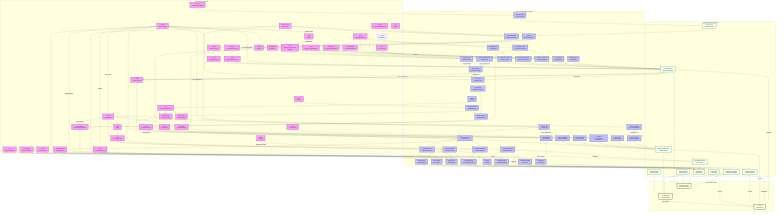
The Mermaid diagram docs/figures/scoliosis_mechanism_map.png in sayuj1989-ops/life, before a commit. Its source is kept beside it as docs/figures/scoliosis_mechanism_map.mmd.
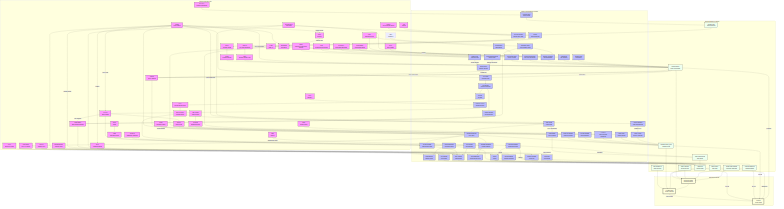
Later version of the same file.

Commit message:
weekly-map: add SLC39A8-Manganese Glycosylation Defect arc

What changed in the source:
```diff
@@ -37,6 +37,7 @@
         PPARGC1A[PPARGC1A<br/>Mitochondrial Biogenesis]
         KCNQ[KCNQ<br/>Potassium Channel]
         GPX4[GPX4<br/>Antioxidant Defense]
+        SLC39A8[SLC39A8<br/>Manganese Transporter]
         CAV1[CAV1<br/>Caveolin-1]
     end
 
@@ -79,6 +80,7 @@
         Actin_Dynamics[Actin Cytoskeleton<br/>Strain Rearrangement]
         VEGF_A[VEGF-A/PGE2<br/>Secretory Response]
         Ferroptosis[Ferroptosis<br/>Iron Overload]
+        Glycosylation[Glycosylation<br/>ECM Maturation]
         Membrane_Tension[Membrane Tension<br/>Buffering Reserve]
     end
 
@@ -276,10 +278,13 @@
     Muscle_Tone -- "Micro-Tremor Dither" --> PIEZO2
 
 
+    SLC39A8 --> Glycosylation
+    Glycosylation --> ECM_Assembly
+
     CAV1 --> Membrane_Tension
     Membrane_Tension --> YAP
 
-    class HOX,COL,PIEZO1,PIEZO2,CILIA,LBX1,ADGRG6,PTK7,YAP,PKD2L1,MMP,URP,UTS2R,GFAP,VIM,LAMIN,BMAL1,RUNX3,METTL3,ESR1,MELATONIN,MT2,HIF1A,POC5,DSTYK,TFEB,Beta_Catenin,DPY19L1L,IGF1R,GHR,SOST,FBN1,CCN,PPARGC1A,KCNQ,GPX4,CAV1 gene;
-    class Region,ECM_Assembly,Mech_Trans,Sym_Break,Neur_Diff,Muscle_Diff,Disc_Maint,PCP_Sig,Nucl_Shuttle,CSF_Sensing,Degradation,Astrogliosis,mtROS,Adipogenesis,Hydraulic_Congestion,Immune_Infilt,Circadian_Entrain,Proprio_Maint,H3K9me3,VCL_Stasis,Glymphatic_Stasis,Vestibular_Input,Gi_cAMP,Ciliary_Tuning,Hypoxia,Osteogenesis,Ciliary_Splint,Vacuole_Biogenesis,C_Mannosylation,Rapid_Growth,Energy_Deficit,mtBiogenesis,Fibrosis,TGFB,Osteocyte_Dendrite,Actin_Dynamics,VEGF_A,Ferroptosis,Membrane_Tension process;
+    class HOX,COL,PIEZO1,PIEZO2,CILIA,LBX1,ADGRG6,PTK7,YAP,PKD2L1,MMP,URP,UTS2R,GFAP,VIM,LAMIN,BMAL1,RUNX3,METTL3,ESR1,MELATONIN,MT2,HIF1A,POC5,DSTYK,TFEB,Beta_Catenin,DPY19L1L,IGF1R,GHR,SOST,FBN1,CCN,PPARGC1A,KCNQ,GPX4,CAV1,SLC39A8 gene;
+    class Region,ECM_Assembly,Mech_Trans,Sym_Break,Neur_Diff,Muscle_Diff,Disc_Maint,PCP_Sig,Nucl_Shuttle,CSF_Sensing,Degradation,Astrogliosis,mtROS,Adipogenesis,Hydraulic_Congestion,Immune_Infilt,Circadian_Entrain,Proprio_Maint,H3K9me3,VCL_Stasis,Glymphatic_Stasis,Vestibular_Input,Gi_cAMP,Ciliary_Tuning,Hypoxia,Osteogenesis,Ciliary_Splint,Vacuole_Biogenesis,C_Mannosylation,Rapid_Growth,Energy_Deficit,mtBiogenesis,Fibrosis,TGFB,Osteocyte_Dendrite,Actin_Dynamics,VEGF_A,Ferroptosis,Membrane_Tension,Glycosylation process;
     class Rest_Kappa,Stiffness,Torsional_Stiffness,Gain,Torsion,Muscle_Tone,Anisotropy,TMD,Reissner_Fiber,Growth_Plate_Dysplasia tissue;
     class S_Curve,Stability,Scoliosis outcome;
```
